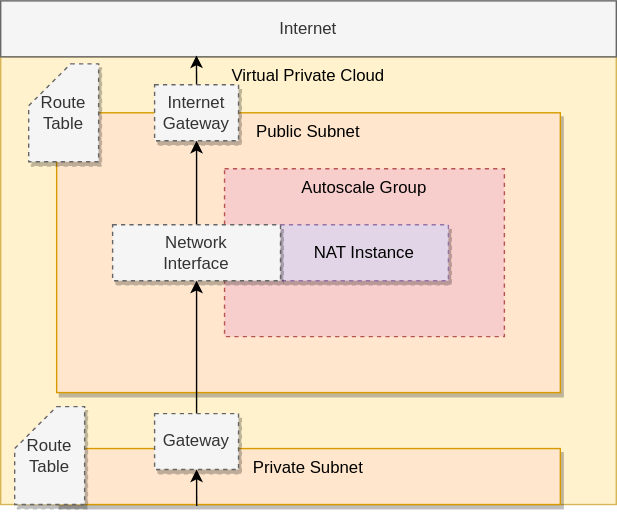
Above: docs/logical.drawio.svg in jamesmoriarty/cfn-cheapest-nat (draw.io), before the change. Source tidied: cells renumbered, new cells last; positions are measured from the earlier drawing's top-left corner, leaving out a move shared by most shapes. The source it was exported from:
```xml
<mxGraphModel>
  <root>
    <mxCell id="0" />
    <mxCell id="1" parent="0" />
    <mxCell id="2" value="Virtual Private Cloud" style="rounded=0;whiteSpace=wrap;html=1;verticalAlign=top;fillColor=#fff2cc;strokeColor=#d6b656;" parent="1" vertex="1">
      <mxGeometry y="40" width="440" height="320" as="geometry" />
    </mxCell>
    <mxCell id="3" value="Public Subnet" style="rounded=0;whiteSpace=wrap;html=1;verticalAlign=top;fillColor=#ffe6cc;strokeColor=#d79b00;shadow=1;" parent="1" vertex="1">
      <mxGeometry x="40" y="80" width="360" height="200" as="geometry" />
    </mxCell>
    <mxCell id="4" value="Autoscale Group" style="rounded=0;whiteSpace=wrap;html=1;dashed=1;fillColor=#f8cecc;verticalAlign=top;strokeColor=#b85450;shadow=0;" parent="1" vertex="1">
      <mxGeometry x="160" y="120" width="200" height="120" as="geometry" />
    </mxCell>
    <mxCell id="5" value="NAT Instance" style="rounded=0;whiteSpace=wrap;html=1;dashed=1;fillColor=#e1d5e7;strokeColor=#9673a6;shadow=1;" parent="1" vertex="1">
      <mxGeometry x="200" y="160" width="120" height="40" as="geometry" />
    </mxCell>
    <mxCell id="6" style="edgeStyle=orthogonalEdgeStyle;rounded=0;jettySize=auto;html=1;exitX=0.5;exitY=0;exitDx=0;exitDy=0;entryX=0.5;entryY=1;entryDx=0;entryDy=0;" parent="1" edge="1" source="7" target="13">
      <mxGeometry relative="1" as="geometry" />
    </mxCell>
    <mxCell id="7" value="Network&lt;br&gt;Interface" style="rounded=0;whiteSpace=wrap;html=1;dashed=1;fillColor=#f5f5f5;strokeColor=#666666;fontColor=#333333;shadow=1;" parent="1" vertex="1">
      <mxGeometry x="80" y="160" width="120" height="40" as="geometry" />
    </mxCell>
    <mxCell id="8" value="Internet" style="rounded=0;whiteSpace=wrap;html=1;fillColor=#f5f5f5;strokeColor=#666666;fontColor=#333333;" parent="1" vertex="1">
      <mxGeometry width="440" height="40" as="geometry" />
    </mxCell>
    <mxCell id="9" value="Private Subnet" style="rounded=0;whiteSpace=wrap;html=1;verticalAlign=top;fillColor=#ffe6cc;strokeColor=#d79b00;shadow=1;" parent="1" vertex="1">
      <mxGeometry x="40" y="320" width="360" height="40" as="geometry" />
    </mxCell>
    <mxCell id="10" style="edgeStyle=orthogonalEdgeStyle;rounded=0;jettySize=auto;html=1;exitX=0.5;exitY=0;exitDx=0;exitDy=0;entryX=0.5;entryY=1;entryDx=0;entryDy=0;" parent="1" edge="1" source="11" target="7">
      <mxGeometry relative="1" as="geometry" />
    </mxCell>
    <mxCell id="11" value="Gateway" style="rounded=0;whiteSpace=wrap;html=1;fillColor=#f5f5f5;strokeColor=#666666;fontColor=#333333;dashed=1;shadow=1;" parent="1" vertex="1">
      <mxGeometry x="110" y="295" width="60" height="40" as="geometry" />
    </mxCell>
    <mxCell id="12" style="edgeStyle=orthogonalEdgeStyle;rounded=0;jettySize=auto;html=1;exitX=0.5;exitY=0;exitDx=0;exitDy=0;entryX=0.318;entryY=-0.003;entryDx=0;entryDy=0;entryPerimeter=0;" parent="1" edge="1" source="13" target="2">
      <mxGeometry relative="1" as="geometry" />
    </mxCell>
    <mxCell id="13" value="Internet&lt;br&gt;Gateway" style="rounded=0;whiteSpace=wrap;html=1;fillColor=#f5f5f5;strokeColor=#666666;fontColor=#333333;dashed=1;shadow=1;" parent="1" vertex="1">
      <mxGeometry x="110" y="60" width="60" height="40" as="geometry" />
    </mxCell>
    <mxCell id="14" value="Route&lt;br&gt;&lt;div style=&quot;&quot;&gt;&lt;span&gt;Table&lt;/span&gt;&lt;/div&gt;" style="shape=card;whiteSpace=wrap;html=1;rounded=0;shadow=1;dashed=1;fillColor=#f5f5f5;align=center;strokeColor=#666666;fontColor=#333333;" parent="1" vertex="1">
      <mxGeometry x="10" y="290" width="50" height="70" as="geometry" />
    </mxCell>
    <mxCell id="15" value="Route&lt;br&gt;&lt;div style=&quot;&quot;&gt;&lt;span&gt;Table&lt;/span&gt;&lt;/div&gt;" style="shape=card;whiteSpace=wrap;html=1;rounded=0;shadow=1;dashed=1;fillColor=#f5f5f5;align=center;strokeColor=#666666;fontColor=#333333;" parent="1" vertex="1">
      <mxGeometry x="20" y="45" width="50" height="70" as="geometry" />
    </mxCell>
    <mxCell id="16" style="endArrow=classic;html=1;exitX=0.278;exitY=1.025;exitDx=0;exitDy=0;exitPerimeter=0;entryX=0.5;entryY=1;entryDx=0;entryDy=0;" parent="1" edge="1" source="9" target="11">
      <mxGeometry relative="1" as="geometry" />
    </mxCell>
  </root>
</mxGraphModel>
```
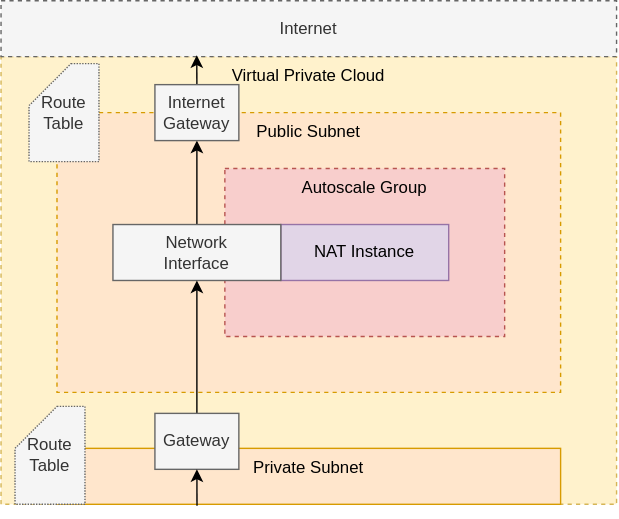
After the change.

Commit message:
refinement: add logical digram.

Change to the diagram source:
```diff
@@ -2,49 +2,49 @@
   <root>
     <mxCell id="0" />
     <mxCell id="1" parent="0" />
-    <mxCell id="2" value="Virtual Private Cloud" style="rounded=0;whiteSpace=wrap;html=1;verticalAlign=top;fillColor=#fff2cc;strokeColor=#d6b656;" parent="1" vertex="1">
+    <mxCell id="2" value="Virtual Private Cloud" style="rounded=0;whiteSpace=wrap;html=1;verticalAlign=top;fillColor=#fff2cc;strokeColor=#d6b656;dashed=1;shadow=0;" parent="1" vertex="1">
       <mxGeometry y="40" width="440" height="320" as="geometry" />
     </mxCell>
-    <mxCell id="3" value="Public Subnet" style="rounded=0;whiteSpace=wrap;html=1;verticalAlign=top;fillColor=#ffe6cc;strokeColor=#d79b00;shadow=1;" parent="1" vertex="1">
+    <mxCell id="3" value="Public Subnet" style="rounded=0;whiteSpace=wrap;html=1;verticalAlign=top;fillColor=#ffe6cc;strokeColor=#d79b00;shadow=0;dashed=1;" parent="1" vertex="1">
       <mxGeometry x="40" y="80" width="360" height="200" as="geometry" />
     </mxCell>
     <mxCell id="4" value="Autoscale Group" style="rounded=0;whiteSpace=wrap;html=1;dashed=1;fillColor=#f8cecc;verticalAlign=top;strokeColor=#b85450;shadow=0;" parent="1" vertex="1">
       <mxGeometry x="160" y="120" width="200" height="120" as="geometry" />
     </mxCell>
-    <mxCell id="5" value="NAT Instance" style="rounded=0;whiteSpace=wrap;html=1;dashed=1;fillColor=#e1d5e7;strokeColor=#9673a6;shadow=1;" parent="1" vertex="1">
+    <mxCell id="5" value="NAT Instance" style="rounded=0;whiteSpace=wrap;html=1;fillColor=#e1d5e7;strokeColor=#9673a6;shadow=0;" parent="1" vertex="1">
       <mxGeometry x="200" y="160" width="120" height="40" as="geometry" />
     </mxCell>
-    <mxCell id="6" style="edgeStyle=orthogonalEdgeStyle;rounded=0;jettySize=auto;html=1;exitX=0.5;exitY=0;exitDx=0;exitDy=0;entryX=0.5;entryY=1;entryDx=0;entryDy=0;" parent="1" edge="1" source="7" target="13">
+    <mxCell id="6" style="edgeStyle=orthogonalEdgeStyle;rounded=0;jettySize=auto;html=1;exitX=0.5;exitY=0;exitDx=0;exitDy=0;entryX=0.5;entryY=1;entryDx=0;entryDy=0;shadow=0;" parent="1" edge="1" source="7" target="13">
       <mxGeometry relative="1" as="geometry" />
     </mxCell>
-    <mxCell id="7" value="Network&lt;br&gt;Interface" style="rounded=0;whiteSpace=wrap;html=1;dashed=1;fillColor=#f5f5f5;strokeColor=#666666;fontColor=#333333;shadow=1;" parent="1" vertex="1">
+    <mxCell id="7" value="Network&lt;br&gt;Interface" style="rounded=0;whiteSpace=wrap;html=1;fillColor=#f5f5f5;strokeColor=#666666;fontColor=#333333;shadow=0;" parent="1" vertex="1">
       <mxGeometry x="80" y="160" width="120" height="40" as="geometry" />
     </mxCell>
-    <mxCell id="8" value="Internet" style="rounded=0;whiteSpace=wrap;html=1;fillColor=#f5f5f5;strokeColor=#666666;fontColor=#333333;" parent="1" vertex="1">
+    <mxCell id="8" value="Internet" style="rounded=0;whiteSpace=wrap;html=1;fillColor=#f5f5f5;strokeColor=#666666;fontColor=#333333;dashed=1;shadow=0;" parent="1" vertex="1">
       <mxGeometry width="440" height="40" as="geometry" />
     </mxCell>
-    <mxCell id="9" value="Private Subnet" style="rounded=0;whiteSpace=wrap;html=1;verticalAlign=top;fillColor=#ffe6cc;strokeColor=#d79b00;shadow=1;" parent="1" vertex="1">
+    <mxCell id="9" value="Private Subnet" style="rounded=0;whiteSpace=wrap;html=1;verticalAlign=top;fillColor=#ffe6cc;strokeColor=#d79b00;shadow=0;" parent="1" vertex="1">
       <mxGeometry x="40" y="320" width="360" height="40" as="geometry" />
     </mxCell>
-    <mxCell id="10" style="edgeStyle=orthogonalEdgeStyle;rounded=0;jettySize=auto;html=1;exitX=0.5;exitY=0;exitDx=0;exitDy=0;entryX=0.5;entryY=1;entryDx=0;entryDy=0;" parent="1" edge="1" source="11" target="7">
+    <mxCell id="10" style="edgeStyle=orthogonalEdgeStyle;rounded=0;jettySize=auto;html=1;exitX=0.5;exitY=0;exitDx=0;exitDy=0;entryX=0.5;entryY=1;entryDx=0;entryDy=0;shadow=0;" parent="1" edge="1" source="11" target="7">
       <mxGeometry relative="1" as="geometry" />
     </mxCell>
-    <mxCell id="11" value="Gateway" style="rounded=0;whiteSpace=wrap;html=1;fillColor=#f5f5f5;strokeColor=#666666;fontColor=#333333;dashed=1;shadow=1;" parent="1" vertex="1">
+    <mxCell id="11" value="Gateway" style="rounded=0;whiteSpace=wrap;html=1;fillColor=#f5f5f5;strokeColor=#666666;fontColor=#333333;shadow=0;" parent="1" vertex="1">
       <mxGeometry x="110" y="295" width="60" height="40" as="geometry" />
     </mxCell>
-    <mxCell id="12" style="edgeStyle=orthogonalEdgeStyle;rounded=0;jettySize=auto;html=1;exitX=0.5;exitY=0;exitDx=0;exitDy=0;entryX=0.318;entryY=-0.003;entryDx=0;entryDy=0;entryPerimeter=0;" parent="1" edge="1" source="13" target="2">
+    <mxCell id="12" style="edgeStyle=orthogonalEdgeStyle;rounded=0;jettySize=auto;html=1;exitX=0.5;exitY=0;exitDx=0;exitDy=0;entryX=0.318;entryY=-0.003;entryDx=0;entryDy=0;entryPerimeter=0;shadow=0;" parent="1" edge="1" source="13" target="2">
       <mxGeometry relative="1" as="geometry" />
     </mxCell>
-    <mxCell id="13" value="Internet&lt;br&gt;Gateway" style="rounded=0;whiteSpace=wrap;html=1;fillColor=#f5f5f5;strokeColor=#666666;fontColor=#333333;dashed=1;shadow=1;" parent="1" vertex="1">
+    <mxCell id="13" value="Internet&lt;br&gt;Gateway" style="rounded=0;whiteSpace=wrap;html=1;fillColor=#f5f5f5;strokeColor=#666666;fontColor=#333333;shadow=0;" parent="1" vertex="1">
       <mxGeometry x="110" y="60" width="60" height="40" as="geometry" />
     </mxCell>
-    <mxCell id="14" value="Route&lt;br&gt;&lt;div style=&quot;&quot;&gt;&lt;span&gt;Table&lt;/span&gt;&lt;/div&gt;" style="shape=card;whiteSpace=wrap;html=1;rounded=0;shadow=1;dashed=1;fillColor=#f5f5f5;align=center;strokeColor=#666666;fontColor=#333333;" parent="1" vertex="1">
+    <mxCell id="14" value="Route&lt;br&gt;&lt;div style=&quot;&quot;&gt;&lt;span&gt;Table&lt;/span&gt;&lt;/div&gt;" style="shape=card;whiteSpace=wrap;html=1;rounded=0;shadow=0;fillColor=#f5f5f5;align=center;strokeColor=#666666;fontColor=#333333;dashed=1;dashPattern=1 1;" parent="1" vertex="1">
       <mxGeometry x="10" y="290" width="50" height="70" as="geometry" />
     </mxCell>
-    <mxCell id="15" value="Route&lt;br&gt;&lt;div style=&quot;&quot;&gt;&lt;span&gt;Table&lt;/span&gt;&lt;/div&gt;" style="shape=card;whiteSpace=wrap;html=1;rounded=0;shadow=1;dashed=1;fillColor=#f5f5f5;align=center;strokeColor=#666666;fontColor=#333333;" parent="1" vertex="1">
+    <mxCell id="15" value="Route&lt;br&gt;&lt;div style=&quot;&quot;&gt;&lt;span&gt;Table&lt;/span&gt;&lt;/div&gt;" style="shape=card;whiteSpace=wrap;html=1;rounded=0;shadow=0;fillColor=#f5f5f5;align=center;strokeColor=#666666;fontColor=#333333;dashed=1;dashPattern=1 1;" parent="1" vertex="1">
       <mxGeometry x="20" y="45" width="50" height="70" as="geometry" />
     </mxCell>
-    <mxCell id="16" style="endArrow=classic;html=1;exitX=0.278;exitY=1.025;exitDx=0;exitDy=0;exitPerimeter=0;entryX=0.5;entryY=1;entryDx=0;entryDy=0;" parent="1" edge="1" source="9" target="11">
+    <mxCell id="16" style="endArrow=classic;html=1;exitX=0.278;exitY=1.025;exitDx=0;exitDy=0;exitPerimeter=0;entryX=0.5;entryY=1;entryDx=0;entryDy=0;shadow=0;" parent="1" edge="1" source="9" target="11">
       <mxGeometry relative="1" as="geometry" />
     </mxCell>
   </root>
```
